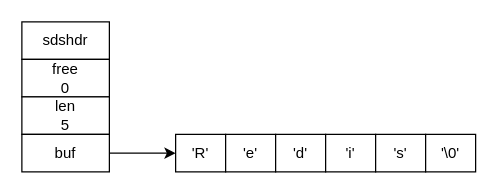
This is redis.drawio from yankooo/draw.io, a draw.io file, before an edit. Source tidied: cells renumbered, new cells numbered last; positions are measured from the earlier drawing's top-left corner, leaving out a move shared by most shapes. Both pictures are drawn from the tidied source at 125%, with x=0, y=0 at pixel (21, 21).
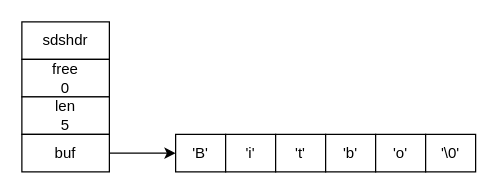
After the change.

Change to the diagram source:
```diff
@@
 <mxGraphModel>
   <root>
     <mxCell id="0" />
     <mxCell id="1" parent="0" />
     <mxCell id="2" value="sdshdr" style="rounded=0;whiteSpace=wrap;html=1;fillColor=#ffffff;" parent="1" vertex="1">
       <mxGeometry width="70" height="30" as="geometry" />
     </mxCell>
     <mxCell id="3" value="free&lt;br&gt;0" style="rounded=0;whiteSpace=wrap;html=1;fillColor=#ffffff;" parent="1" vertex="1">
       <mxGeometry y="30" width="70" height="30" as="geometry" />
     </mxCell>
     <mxCell id="4" value="len&lt;br&gt;5" style="rounded=0;whiteSpace=wrap;html=1;fillColor=#ffffff;" parent="1" vertex="1">
       <mxGeometry y="60" width="70" height="30" as="geometry" />
     </mxCell>
     <mxCell id="5" style="edgeStyle=orthogonalEdgeStyle;rounded=0;jettySize=auto;html=1;entryX=0;entryY=0.5;entryDx=0;entryDy=0;" parent="1" edge="1" source="6" target="7">
       <mxGeometry relative="1" as="geometry" />
     </mxCell>
     <mxCell id="6" value="buf" style="rounded=0;whiteSpace=wrap;html=1;fillColor=#ffffff;" parent="1" vertex="1">
       <mxGeometry y="90" width="70" height="30" as="geometry" />
     </mxCell>
-    <mxCell id="7" value="'R'" style="rounded=0;whiteSpace=wrap;html=1;fillColor=#ffffff;" parent="1" vertex="1">
+    <mxCell id="7" value="'B'" style="rounded=0;whiteSpace=wrap;html=1;fillColor=#ffffff;" parent="1" vertex="1">
       <mxGeometry x="123" y="90" width="40" height="30" as="geometry" />
     </mxCell>
-    <mxCell id="8" value="'e'" style="rounded=0;whiteSpace=wrap;html=1;fillColor=#ffffff;" parent="1" vertex="1">
+    <mxCell id="8" value="'i'" style="rounded=0;whiteSpace=wrap;html=1;fillColor=#ffffff;" parent="1" vertex="1">
       <mxGeometry x="163" y="90" width="40" height="30" as="geometry" />
     </mxCell>
-    <mxCell id="9" value="'d'" style="rounded=0;whiteSpace=wrap;html=1;fillColor=#ffffff;" parent="1" vertex="1">
+    <mxCell id="9" value="'t'" style="rounded=0;whiteSpace=wrap;html=1;fillColor=#ffffff;" parent="1" vertex="1">
       <mxGeometry x="203" y="90" width="40" height="30" as="geometry" />
     </mxCell>
-    <mxCell id="10" value="'i'" style="rounded=0;whiteSpace=wrap;html=1;fillColor=#ffffff;" parent="1" vertex="1">
+    <mxCell id="10" value="'b'" style="rounded=0;whiteSpace=wrap;html=1;fillColor=#ffffff;" parent="1" vertex="1">
       <mxGeometry x="243" y="90" width="40" height="30" as="geometry" />
     </mxCell>
-    <mxCell id="11" value="'s'" style="rounded=0;whiteSpace=wrap;html=1;fillColor=#ffffff;" parent="1" vertex="1">
+    <mxCell id="11" value="'o'" style="rounded=0;whiteSpace=wrap;html=1;fillColor=#ffffff;" parent="1" vertex="1">
       <mxGeometry x="283" y="90" width="40" height="30" as="geometry" />
     </mxCell>
     <mxCell id="12" value="'\0'" style="rounded=0;whiteSpace=wrap;html=1;fillColor=#ffffff;" parent="1" vertex="1">
       <mxGeometry x="323" y="90" width="40" height="30" as="geometry" />
     </mxCell>
   </root>
 </mxGraphModel>
```
